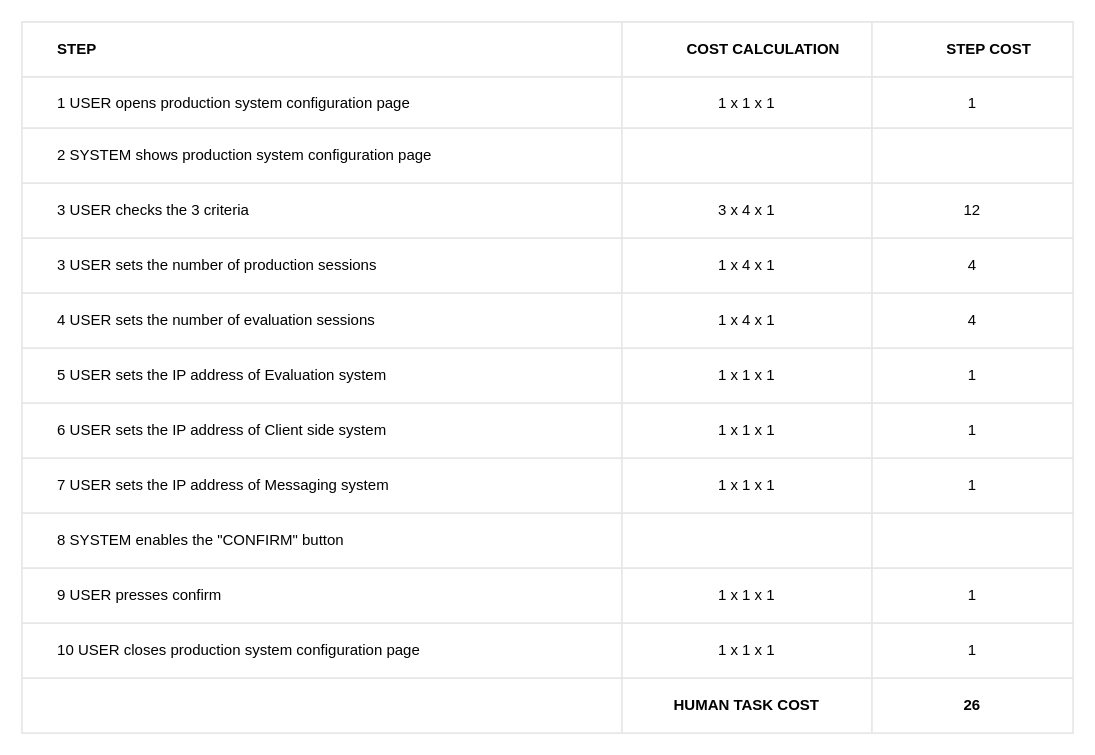
The draw.io diagram configure/production system (JACO)/production_system_table.drawio in BaffoBello14/AutomaticDamagesRecognition, before the edit. Source tidied: cells renumbered, new cells numbered last; positions are measured from the earlier drawing's top-left corner, leaving out a move shared by most shapes. Both pictures are drawn from the tidied source at 125%, with x=0, y=0 at pixel (21, 21).
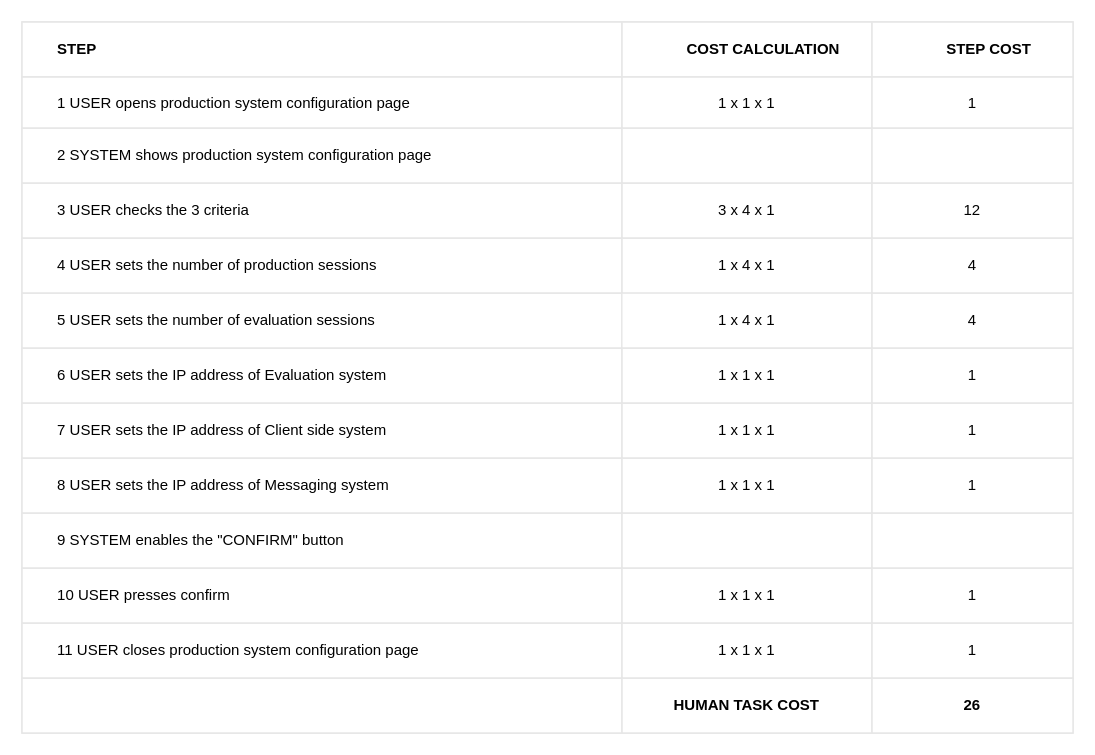
Above is the later version.

Commit message (it also covers changes not shown here):
Fix bug in login functionality

The change refers to these unchanged cells:
```xml
<mxCell id="19" style="shape=tableRow;horizontal=0;startSize=0;swimlaneHead=0;swimlaneBody=0;top=0;left=0;bottom=0;right=0;fontStyle=0;fillColor=none;strokeColor=inherit;align=center;" parent="2" vertex="1">
  <mxGeometry y="173" width="841" height="44" as="geometry" />
</mxCell>
<mxCell id="23" style="shape=tableRow;horizontal=0;startSize=0;swimlaneHead=0;swimlaneBody=0;top=0;left=0;bottom=0;right=0;fontStyle=0;fillColor=none;strokeColor=inherit;align=center;" parent="2" vertex="1">
  <mxGeometry y="217" width="841" height="44" as="geometry" />
</mxCell>
<mxCell id="27" style="shape=tableRow;horizontal=0;startSize=0;swimlaneHead=0;swimlaneBody=0;top=0;left=0;bottom=0;right=0;fontStyle=0;fillColor=none;strokeColor=inherit;align=center;" parent="2" vertex="1">
  <mxGeometry y="261" width="841" height="44" as="geometry" />
</mxCell>
<mxCell id="31" style="shape=tableRow;horizontal=0;startSize=0;swimlaneHead=0;swimlaneBody=0;top=0;left=0;bottom=0;right=0;fontStyle=0;fillColor=none;strokeColor=inherit;align=center;" parent="2" vertex="1">
  <mxGeometry y="305" width="841" height="44" as="geometry" />
</mxCell>
<mxCell id="35" style="shape=tableRow;horizontal=0;startSize=0;swimlaneHead=0;swimlaneBody=0;top=0;left=0;bottom=0;right=0;fontStyle=0;fillColor=none;strokeColor=inherit;align=center;" parent="2" vertex="1">
  <mxGeometry y="349" width="841" height="44" as="geometry" />
</mxCell>
<mxCell id="39" style="shape=tableRow;horizontal=0;startSize=0;swimlaneHead=0;swimlaneBody=0;top=0;left=0;bottom=0;right=0;fontStyle=0;fillColor=none;strokeColor=inherit;align=center;" parent="2" vertex="1">
  <mxGeometry y="393" width="841" height="44" as="geometry" />
</mxCell>
<mxCell id="43" style="shape=tableRow;horizontal=0;startSize=0;swimlaneHead=0;swimlaneBody=0;top=0;left=0;bottom=0;right=0;fontStyle=0;fillColor=none;strokeColor=inherit;align=center;" parent="2" vertex="1">
  <mxGeometry y="437" width="841" height="44" as="geometry" />
</mxCell>
<mxCell id="47" style="shape=tableRow;horizontal=0;startSize=0;swimlaneHead=0;swimlaneBody=0;top=0;left=0;bottom=0;right=0;fontStyle=0;fillColor=none;strokeColor=inherit;align=center;" parent="2" vertex="1">
  <mxGeometry y="481" width="841" height="44" as="geometry" />
</mxCell>
```

The edit, as a diff of the source:
```diff
@@
-    <mxCell id="20" value="&lt;div style=&quot;&quot;&gt;&lt;span style=&quot;background-color: initial;&quot;&gt;&lt;span style=&quot;&quot;&gt;&#9;&lt;/span&gt;&lt;span style=&quot;&quot;&gt;&#9;&lt;/span&gt;&lt;span style=&quot;white-space: pre;&quot;&gt;&#9;&lt;/span&gt;3 USER sets the number of production sessions&lt;/span&gt;&lt;/div&gt;" style="strokeColor=inherit;fillColor=none;align=left;whiteSpace=wrap;html=1;labelPosition=center;verticalLabelPosition=middle;verticalAlign=middle;" parent="19" vertex="1">
+    <mxCell id="20" value="&lt;div style=&quot;&quot;&gt;&lt;span style=&quot;background-color: initial;&quot;&gt;&lt;span style=&quot;&quot;&gt;&#9;&lt;/span&gt;&lt;span style=&quot;&quot;&gt;&#9;&lt;/span&gt;&lt;span style=&quot;white-space: pre;&quot;&gt;&#9;&lt;/span&gt;4&amp;nbsp;USER sets the number of production sessions&lt;/span&gt;&lt;/div&gt;" style="strokeColor=inherit;fillColor=none;align=left;whiteSpace=wrap;html=1;labelPosition=center;verticalLabelPosition=middle;verticalAlign=middle;" parent="19" vertex="1">
       <mxGeometry width="480" height="44" as="geometry" />
     </mxCell>
@@
-    <mxCell id="24" value="&lt;span style=&quot;white-space: pre;&quot;&gt;&#9;&lt;/span&gt;4 USER sets the number of evaluation sessions" style="strokeColor=inherit;fillColor=none;align=left;whiteSpace=wrap;html=1;labelPosition=center;verticalLabelPosition=middle;verticalAlign=middle;" parent="23" vertex="1">
+    <mxCell id="24" value="&lt;span style=&quot;white-space: pre;&quot;&gt;&#9;&lt;/span&gt;5&amp;nbsp;USER sets the number of evaluation sessions" style="strokeColor=inherit;fillColor=none;align=left;whiteSpace=wrap;html=1;labelPosition=center;verticalLabelPosition=middle;verticalAlign=middle;" parent="23" vertex="1">
       <mxGeometry width="480" height="44" as="geometry" />
     </mxCell>
@@
-    <mxCell id="28" value="&lt;span style=&quot;border-color: var(--border-color);&quot;&gt;&#9;&lt;/span&gt;&lt;span style=&quot;white-space: pre;&quot;&gt;&#9;&lt;/span&gt;5&amp;nbsp;USER sets the IP address of Evaluation system" style="strokeColor=inherit;fillColor=none;align=left;whiteSpace=wrap;html=1;labelPosition=center;verticalLabelPosition=middle;verticalAlign=middle;" parent="27" vertex="1">
+    <mxCell id="28" value="&lt;span style=&quot;border-color: var(--border-color);&quot;&gt;&#9;&lt;/span&gt;&lt;span style=&quot;white-space: pre;&quot;&gt;&#9;&lt;/span&gt;6&amp;nbsp;USER sets the IP address of Evaluation system" style="strokeColor=inherit;fillColor=none;align=left;whiteSpace=wrap;html=1;labelPosition=center;verticalLabelPosition=middle;verticalAlign=middle;" parent="27" vertex="1">
       <mxGeometry width="480" height="44" as="geometry" />
     </mxCell>
@@
-    <mxCell id="32" value="&lt;span style=&quot;border-color: var(--border-color);&quot;&gt;&#9;&lt;/span&gt;&lt;span style=&quot;white-space: pre;&quot;&gt;&#9;&lt;/span&gt;6&amp;nbsp;USER sets the IP address of Client side system" style="strokeColor=inherit;fillColor=none;align=left;whiteSpace=wrap;html=1;labelPosition=center;verticalLabelPosition=middle;verticalAlign=middle;" parent="31" vertex="1">
+    <mxCell id="32" value="&lt;span style=&quot;border-color: var(--border-color);&quot;&gt;&#9;&lt;/span&gt;&lt;span style=&quot;white-space: pre;&quot;&gt;&#9;&lt;/span&gt;7&amp;nbsp;USER sets the IP address of Client side system" style="strokeColor=inherit;fillColor=none;align=left;whiteSpace=wrap;html=1;labelPosition=center;verticalLabelPosition=middle;verticalAlign=middle;" parent="31" vertex="1">
       <mxGeometry width="480" height="44" as="geometry" />
     </mxCell>
@@
-    <mxCell id="36" value="&lt;span style=&quot;&quot;&gt;&#9;&lt;/span&gt;&lt;span style=&quot;border-color: var(--border-color);&quot;&gt;&#9;&lt;/span&gt;&lt;span style=&quot;white-space: pre;&quot;&gt;&#9;&lt;/span&gt;7&amp;nbsp;USER sets the IP address of Messaging system" style="strokeColor=inherit;fillColor=none;align=left;whiteSpace=wrap;html=1;labelPosition=center;verticalLabelPosition=middle;verticalAlign=middle;" parent="35" vertex="1">
+    <mxCell id="36" value="&lt;span style=&quot;&quot;&gt;&#9;&lt;/span&gt;&lt;span style=&quot;border-color: var(--border-color);&quot;&gt;&#9;&lt;/span&gt;&lt;span style=&quot;white-space: pre;&quot;&gt;&#9;&lt;/span&gt;8&amp;nbsp;USER sets the IP address of Messaging system" style="strokeColor=inherit;fillColor=none;align=left;whiteSpace=wrap;html=1;labelPosition=center;verticalLabelPosition=middle;verticalAlign=middle;" parent="35" vertex="1">
       <mxGeometry width="480" height="44" as="geometry" />
     </mxCell>
@@
-    <mxCell id="40" value="&lt;span style=&quot;border-color: var(--border-color);&quot;&gt;&#9;&lt;span style=&quot;white-space: pre;&quot;&gt;&#9;&lt;/span&gt;8&lt;/span&gt;&amp;nbsp;SYSTEM enables the &quot;CONFIRM&quot; button" style="strokeColor=inherit;fillColor=none;align=left;whiteSpace=wrap;html=1;labelPosition=center;verticalLabelPosition=middle;verticalAlign=middle;" parent="39" vertex="1">
+    <mxCell id="40" value="&lt;span style=&quot;white-space: pre;&quot;&gt;&#9;&lt;/span&gt;9&amp;nbsp;SYSTEM enables the &quot;CONFIRM&quot; button" style="strokeColor=inherit;fillColor=none;align=left;whiteSpace=wrap;html=1;labelPosition=center;verticalLabelPosition=middle;verticalAlign=middle;" parent="39" vertex="1">
       <mxGeometry width="480" height="44" as="geometry" />
     </mxCell>
@@
-    <mxCell id="44" value="&lt;span style=&quot;border-color: var(--border-color);&quot;&gt;&#9;&lt;/span&gt;&lt;span style=&quot;white-space: pre;&quot;&gt;&#9;&lt;/span&gt;9&amp;nbsp;USER presses confirm" style="strokeColor=inherit;fillColor=none;align=left;whiteSpace=wrap;html=1;labelPosition=center;verticalLabelPosition=middle;verticalAlign=middle;" parent="43" vertex="1">
+    <mxCell id="44" value="&lt;span style=&quot;border-color: var(--border-color);&quot;&gt;&#9;&lt;/span&gt;&lt;span style=&quot;white-space: pre;&quot;&gt;&#9;&lt;/span&gt;10&amp;nbsp;USER presses confirm" style="strokeColor=inherit;fillColor=none;align=left;whiteSpace=wrap;html=1;labelPosition=center;verticalLabelPosition=middle;verticalAlign=middle;" parent="43" vertex="1">
       <mxGeometry width="480" height="44" as="geometry" />
     </mxCell>
@@
-    <mxCell id="48" value="&lt;span style=&quot;white-space: pre;&quot;&gt;&#9;&lt;/span&gt;10 USER closes production system configuration page" style="strokeColor=inherit;fillColor=none;align=left;whiteSpace=wrap;html=1;labelPosition=center;verticalLabelPosition=middle;verticalAlign=middle;" parent="47" vertex="1">
+    <mxCell id="48" value="&lt;span style=&quot;white-space: pre;&quot;&gt;&#9;&lt;/span&gt;11 USER closes production system configuration page" style="strokeColor=inherit;fillColor=none;align=left;whiteSpace=wrap;html=1;labelPosition=center;verticalLabelPosition=middle;verticalAlign=middle;" parent="47" vertex="1">
       <mxGeometry width="480" height="44" as="geometry" />
     </mxCell>
```
